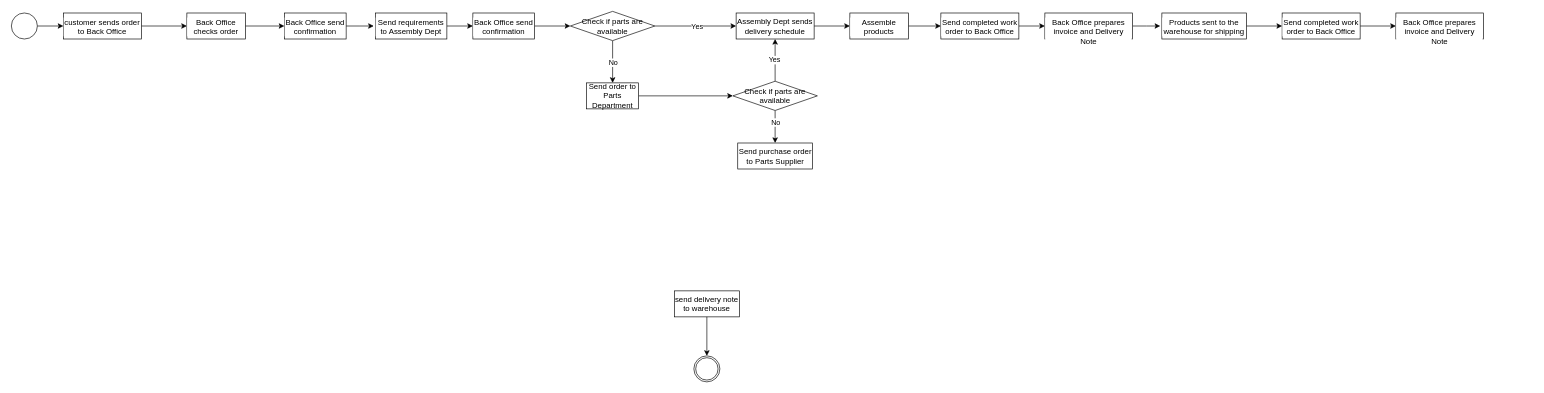
Earlier version of the draw.io diagram Exp5.drawio (20104796/Enterprise-Architecture). Source tidied: cells renumbered, new cells numbered last; positions are measured from the earlier drawing's top-left corner, leaving out a move shared by most shapes. Both pictures are drawn from the tidied source at 65%, with x=0, y=0 at pixel (11, 11).
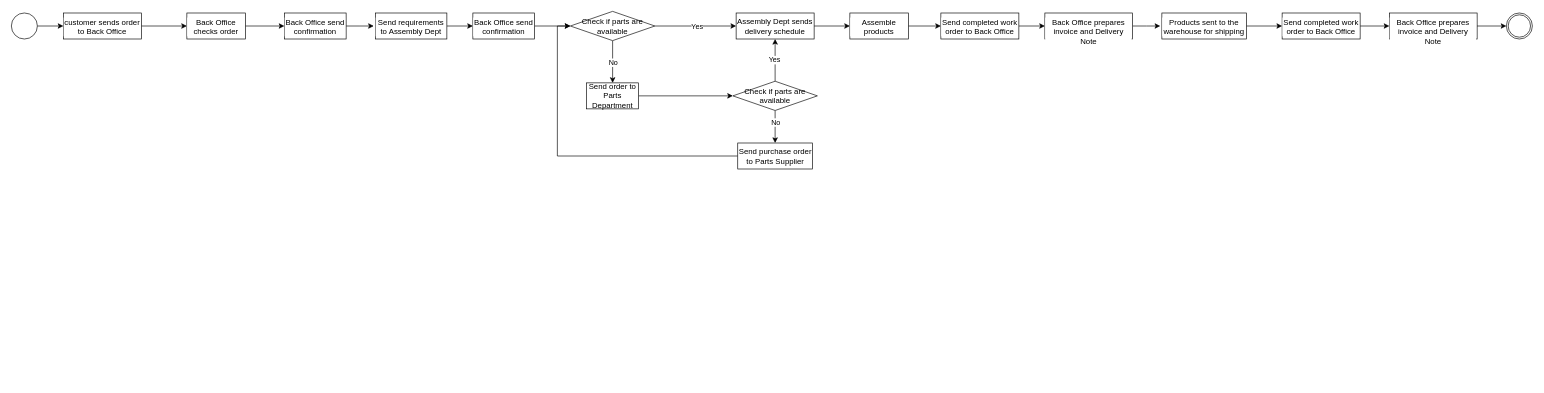
The same page after the edit.

Unchanged cells that the change refers to:
```xml
<mxCell id="19" value="Check if parts are available" style="rhombus;whiteSpace=wrap;html=1;" parent="1" vertex="1">
  <mxGeometry x="860" width="130" height="45" as="geometry" />
</mxCell>
<mxCell id="30" value="Send purchase order to Parts Supplier" style="rounded=0;whiteSpace=wrap;html=1;" parent="1" vertex="1">
  <mxGeometry x="1117.5" y="202.5" width="115" height="40" as="geometry" />
</mxCell>
```

The edit, as a diff of the source:
```diff
@@
-    <mxCell id="14" value="send delivery note to warehouse" style="rounded=0;whiteSpace=wrap;html=1;" parent="1" vertex="1">
-      <mxGeometry x="1020" y="430" width="100" height="40" as="geometry" />
-    </mxCell>
@@
     <mxCell id="20" style="points=[[0.145,0.145,0],[0.5,0,0],[0.855,0.145,0],[1,0.5,0],[0.855,0.855,0],[0.5,1,0],[0.145,0.855,0],[0,0.5,0]];shape=mxgraph.bpmn.event;html=1;verticalLabelPosition=bottom;labelBackgroundColor=#ffffff;verticalAlign=top;align=center;perimeter=ellipsePerimeter;outlineConnect=0;outline=throwing;symbol=general;" parent="1" vertex="1">
-      <mxGeometry x="1050" y="530" width="40" height="40" as="geometry" />
+      <mxGeometry x="2300" y="2.5" width="40" height="40" as="geometry" />
     </mxCell>
-    <mxCell id="21" style="edgeStyle=orthogonalEdgeStyle;rounded=0;jettySize=auto;html=1;entryX=0.5;entryY=0;entryDx=0;entryDy=0;entryPerimeter=0;" parent="1" edge="1" source="14" target="20">
-      <mxGeometry relative="1" as="geometry" />
-    </mxCell>
@@
+    <mxCell id="43" style="edgeStyle=orthogonalEdgeStyle;rounded=0;jettySize=auto;html=1;entryX=0;entryY=0.5;entryDx=0;entryDy=0;" parent="1" edge="1" source="30" target="19">
+      <mxGeometry relative="1" as="geometry" />
+    </mxCell>
@@
     <mxCell id="42" value="Back Office prepares invoice and Delivery Note" style="whiteSpace=wrap;html=1;verticalAlign=top;labelBackgroundColor=#ffffff;" parent="1" vertex="1">
-      <mxGeometry x="2130" y="2.5" width="135" height="40" as="geometry" />
+      <mxGeometry x="2120" y="2.5" width="135" height="40" as="geometry" />
     </mxCell>
+    <mxCell id="44" style="edgeStyle=orthogonalEdgeStyle;rounded=0;jettySize=auto;html=1;entryX=0;entryY=0.5;entryDx=0;entryDy=0;entryPerimeter=0;" parent="1" edge="1" source="42" target="20">
+      <mxGeometry relative="1" as="geometry" />
+    </mxCell>
```
